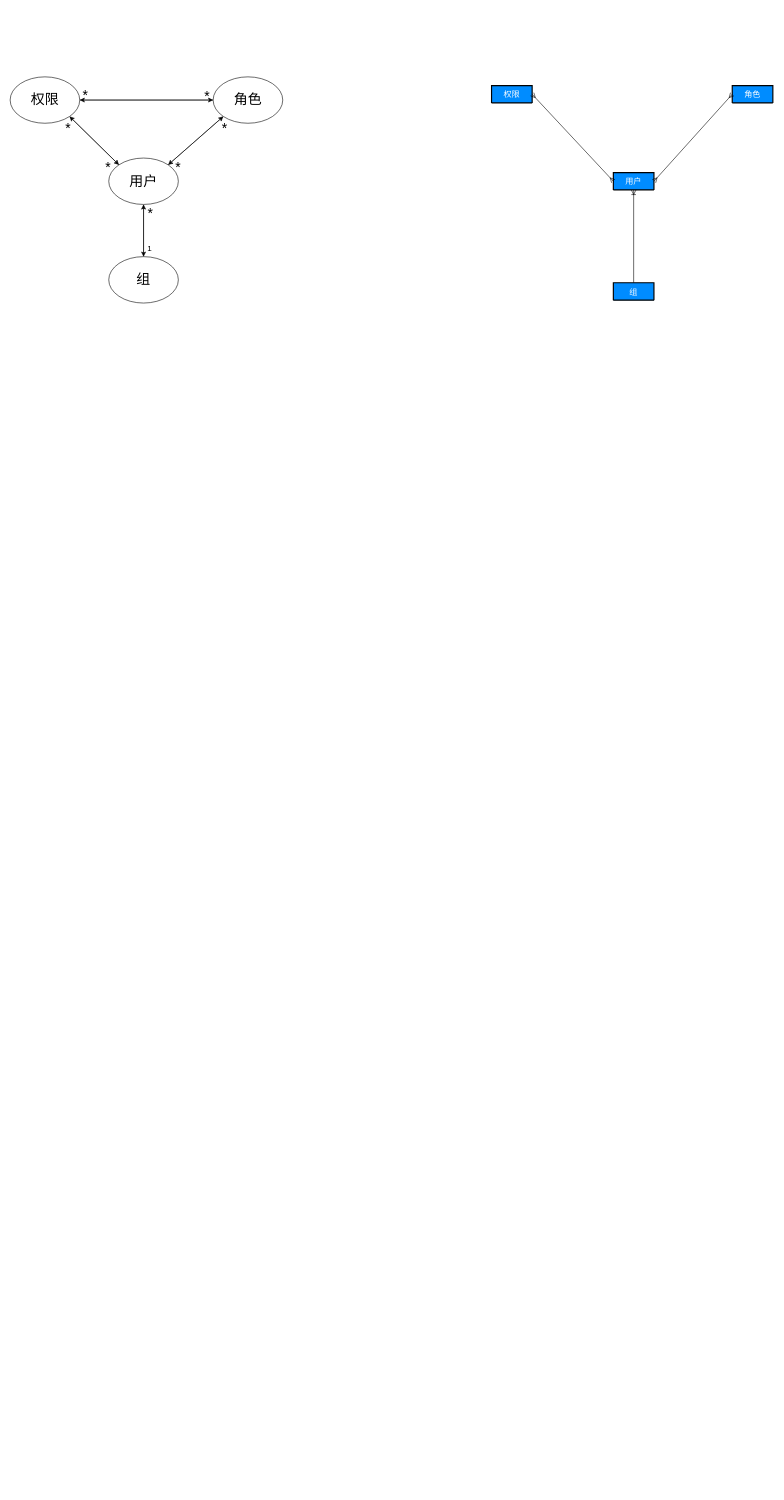
GreAmbWang/draw.io keeps this draw.io diagram as User.drawio. Above is the earlier version. Source tidied: cells renumbered, new cells numbered last; positions are measured from the earlier drawing's top-left corner, leaving out a move shared by most shapes. Both pictures are drawn from the tidied source at 58%, with x=0, y=0 at pixel (10, 77).
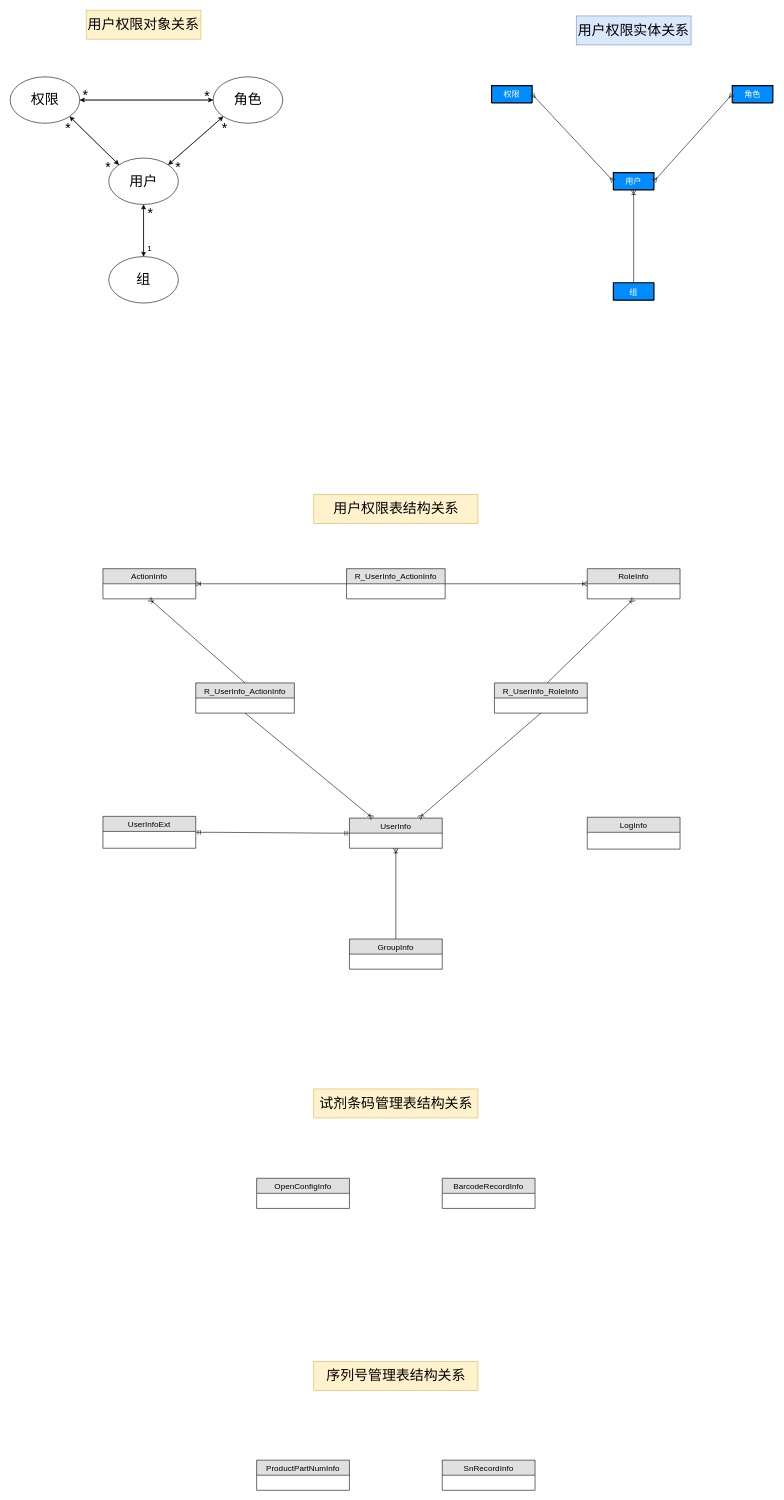
The same page after the edit.

The edit, as a diff of the source:
```diff
@@
+    <mxCell id="29" value="UserInfo" style="swimlane;fontStyle=0;horizontal=1;startSize=26;fillColor=#e0e0e0;swimlaneFillColor=#ffffff;align=center;fontSize=14;" parent="1" vertex="1">
+      <mxGeometry x="585" y="1278" width="160" height="52" as="geometry" />
+    </mxCell>
+    <mxCell id="30" value="GroupInfo" style="swimlane;fontStyle=0;horizontal=1;startSize=26;fillColor=#e0e0e0;swimlaneFillColor=#ffffff;align=center;fontSize=14;" parent="1" vertex="1">
+      <mxGeometry x="585" y="1486.5" width="160" height="52" as="geometry" />
+    </mxCell>
+    <mxCell id="31" value="ActionInfo" style="swimlane;fontStyle=0;horizontal=1;startSize=26;fillColor=#e0e0e0;swimlaneFillColor=#ffffff;align=center;fontSize=14;" parent="1" vertex="1">
+      <mxGeometry x="160" y="848" width="160" height="52" as="geometry" />
+    </mxCell>
+    <mxCell id="32" style="fontSize=12;html=1;endArrow=ERoneToMany;entryX=0.5;entryY=1;entryDx=0;entryDy=0;exitX=0.5;exitY=0;exitDx=0;exitDy=0;" parent="1" edge="1" source="30" target="29">
+      <mxGeometry relative="1" as="geometry" />
+    </mxCell>
+    <mxCell id="33" value="RoleInfo" style="swimlane;fontStyle=0;horizontal=1;startSize=26;fillColor=#e0e0e0;swimlaneFillColor=#ffffff;align=center;fontSize=14;" parent="1" vertex="1">
+      <mxGeometry x="995" y="848" width="160" height="52" as="geometry" />
+    </mxCell>
+    <mxCell id="34" value="R_UserInfo_RoleInfo" style="swimlane;fontStyle=0;horizontal=1;startSize=26;fillColor=#e0e0e0;swimlaneFillColor=#ffffff;align=center;fontSize=14;" parent="1" vertex="1">
+      <mxGeometry x="835" y="1045" width="160" height="52" as="geometry" />
+    </mxCell>
+    <mxCell id="35" style="fontSize=12;html=1;endArrow=ERoneToMany;entryX=0.5;entryY=1;entryDx=0;entryDy=0;exitX=0.569;exitY=-0.005;exitDx=0;exitDy=0;exitPerimeter=0;" parent="1" edge="1" source="34" target="33">
+      <mxGeometry relative="1" as="geometry" />
+    </mxCell>
+    <mxCell id="36" style="fontSize=12;html=1;endArrow=ERoneToMany;entryX=0.75;entryY=0;entryDx=0;entryDy=0;exitX=0.5;exitY=1;exitDx=0;exitDy=0;" parent="1" edge="1" source="34" target="29">
+      <mxGeometry relative="1" as="geometry" />
+    </mxCell>
+    <mxCell id="37" value="R_UserInfo_ActionInfo" style="swimlane;fontStyle=0;horizontal=1;startSize=26;fillColor=#e0e0e0;swimlaneFillColor=#ffffff;align=center;fontSize=14;" parent="1" vertex="1">
+      <mxGeometry x="320" y="1045" width="170" height="52" as="geometry" />
+    </mxCell>
+    <mxCell id="38" style="fontSize=12;html=1;endArrow=ERoneToMany;entryX=0.25;entryY=0;entryDx=0;entryDy=0;exitX=0.5;exitY=1;exitDx=0;exitDy=0;" parent="1" edge="1" source="37" target="29">
+      <mxGeometry relative="1" as="geometry" />
+    </mxCell>
+    <mxCell id="39" style="fontSize=12;html=1;endArrow=ERoneToMany;entryX=0.5;entryY=1;entryDx=0;entryDy=0;exitX=0.5;exitY=0;exitDx=0;exitDy=0;" parent="1" edge="1" source="37" target="31">
+      <mxGeometry relative="1" as="geometry" />
+    </mxCell>
+    <mxCell id="40" value="R_UserInfo_ActionInfo" style="swimlane;fontStyle=0;horizontal=1;startSize=26;fillColor=#e0e0e0;swimlaneFillColor=#ffffff;align=center;fontSize=14;" parent="1" vertex="1">
+      <mxGeometry x="580" y="848" width="170" height="52" as="geometry" />
+    </mxCell>
+    <mxCell id="41" style="fontSize=12;html=1;endArrow=ERoneToMany;entryX=1;entryY=0.5;entryDx=0;entryDy=0;exitX=0;exitY=0.5;exitDx=0;exitDy=0;" parent="1" edge="1" source="40" target="31">
+      <mxGeometry relative="1" as="geometry" />
+    </mxCell>
+    <mxCell id="42" style="fontSize=12;html=1;endArrow=ERoneToMany;entryX=0;entryY=0.5;entryDx=0;entryDy=0;exitX=1;exitY=0.5;exitDx=0;exitDy=0;" parent="1" edge="1" source="40" target="33">
+      <mxGeometry relative="1" as="geometry" />
+    </mxCell>
+    <mxCell id="43" value="UserInfoExt" style="swimlane;fontStyle=0;horizontal=1;startSize=26;fillColor=#e0e0e0;swimlaneFillColor=#ffffff;align=center;fontSize=14;" parent="1" vertex="1">
+      <mxGeometry x="160" y="1275" width="160" height="55" as="geometry" />
+    </mxCell>
+    <mxCell id="44" style="edgeStyle=entityRelationEdgeStyle;fontSize=12;html=1;endArrow=ERmandOne;startArrow=ERmandOne;entryX=0;entryY=0.5;entryDx=0;entryDy=0;exitX=1;exitY=0.5;exitDx=0;exitDy=0;" parent="1" edge="1" source="43" target="29">
+      <mxGeometry relative="1" as="geometry" />
+    </mxCell>
+    <mxCell id="45" value="&lt;font style=&quot;font-size: 24px&quot;&gt;用户权限对象关系&lt;/font&gt;" style="text;html=1;strokeColor=#d6b656;fillColor=#fff2cc;align=center;verticalAlign=middle;whiteSpace=wrap;rounded=0;" parent="1" vertex="1">
+      <mxGeometry x="131" y="-115" width="198" height="50" as="geometry" />
+    </mxCell>
+    <mxCell id="46" value="&lt;font style=&quot;font-size: 24px&quot;&gt;用户权限表结构关系&lt;/font&gt;" style="text;html=1;strokeColor=#d6b656;fillColor=#fff2cc;align=center;verticalAlign=middle;whiteSpace=wrap;rounded=0;" parent="1" vertex="1">
+      <mxGeometry x="523.5" y="720" width="283" height="50" as="geometry" />
+    </mxCell>
+    <mxCell id="47" value="&lt;font style=&quot;font-size: 24px&quot;&gt;试剂条码管理表结构关系&lt;/font&gt;" style="text;html=1;strokeColor=#d6b656;fillColor=#fff2cc;align=center;verticalAlign=middle;whiteSpace=wrap;rounded=0;" parent="1" vertex="1">
+      <mxGeometry x="523.5" y="1745" width="283" height="50" as="geometry" />
+    </mxCell>
+    <mxCell id="48" value="OpenConfigInfo" style="swimlane;fontStyle=0;horizontal=1;startSize=26;fillColor=#e0e0e0;swimlaneFillColor=#ffffff;align=center;fontSize=14;" parent="1" vertex="1">
+      <mxGeometry x="425" y="1899" width="160" height="52" as="geometry" />
+    </mxCell>
+    <mxCell id="49" value="BarcodeRecordInfo" style="swimlane;fontStyle=0;horizontal=1;startSize=26;fillColor=#e0e0e0;swimlaneFillColor=#ffffff;align=center;fontSize=14;" parent="1" vertex="1">
+      <mxGeometry x="745" y="1899" width="160" height="52" as="geometry" />
+    </mxCell>
+    <mxCell id="50" value="&lt;font style=&quot;font-size: 24px&quot;&gt;序列号管理表结构关系&lt;/font&gt;" style="text;html=1;strokeColor=#d6b656;fillColor=#fff2cc;align=center;verticalAlign=middle;whiteSpace=wrap;rounded=0;" parent="1" vertex="1">
+      <mxGeometry x="523.5" y="2215" width="283" height="50" as="geometry" />
+    </mxCell>
+    <mxCell id="51" value="ProductPartNumInfo" style="swimlane;fontStyle=0;horizontal=1;startSize=26;fillColor=#e0e0e0;swimlaneFillColor=#ffffff;align=center;fontSize=14;" parent="1" vertex="1">
+      <mxGeometry x="425" y="2385" width="160" height="52" as="geometry" />
+    </mxCell>
+    <mxCell id="52" value="SnRecordInfo" style="swimlane;fontStyle=0;horizontal=1;startSize=26;fillColor=#e0e0e0;swimlaneFillColor=#ffffff;align=center;fontSize=14;" parent="1" vertex="1">
+      <mxGeometry x="745" y="2385" width="160" height="52" as="geometry" />
+    </mxCell>
+    <mxCell id="53" value="LogInfo" style="swimlane;fontStyle=0;horizontal=1;startSize=26;fillColor=#e0e0e0;swimlaneFillColor=#ffffff;align=center;fontSize=14;" parent="1" vertex="1">
+      <mxGeometry x="995" y="1276.5" width="160" height="55" as="geometry" />
+    </mxCell>
+    <mxCell id="54" value="&lt;font style=&quot;font-size: 24px&quot;&gt;用户权限实体关系&lt;/font&gt;" style="text;html=1;strokeColor=#6c8ebf;fillColor=#dae8fc;align=center;verticalAlign=middle;whiteSpace=wrap;rounded=0;" parent="1" vertex="1">
+      <mxGeometry x="976" y="-105" width="198" height="50" as="geometry" />
+    </mxCell>
```
